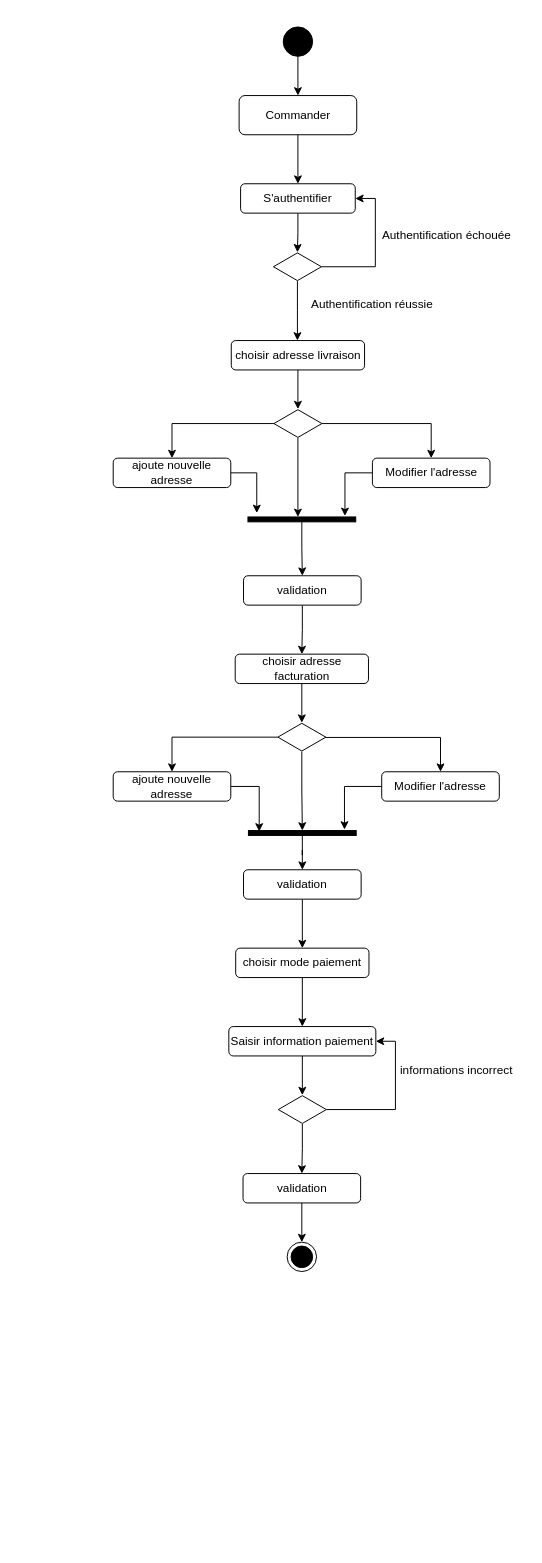
AL-HELOU/CDA keeps this draw.io diagram as 2-développer des composants d'interface/1-Maquetter une application/4-diagramme d'activite_commander.drawio. Above is the earlier version. Source tidied: cells renumbered, new cells numbered last; positions are measured from the earlier drawing's top-left corner, leaving out a move shared by most shapes. Both pictures are drawn from the tidied source at 98%, with x=0, y=0 at pixel (113, 26).
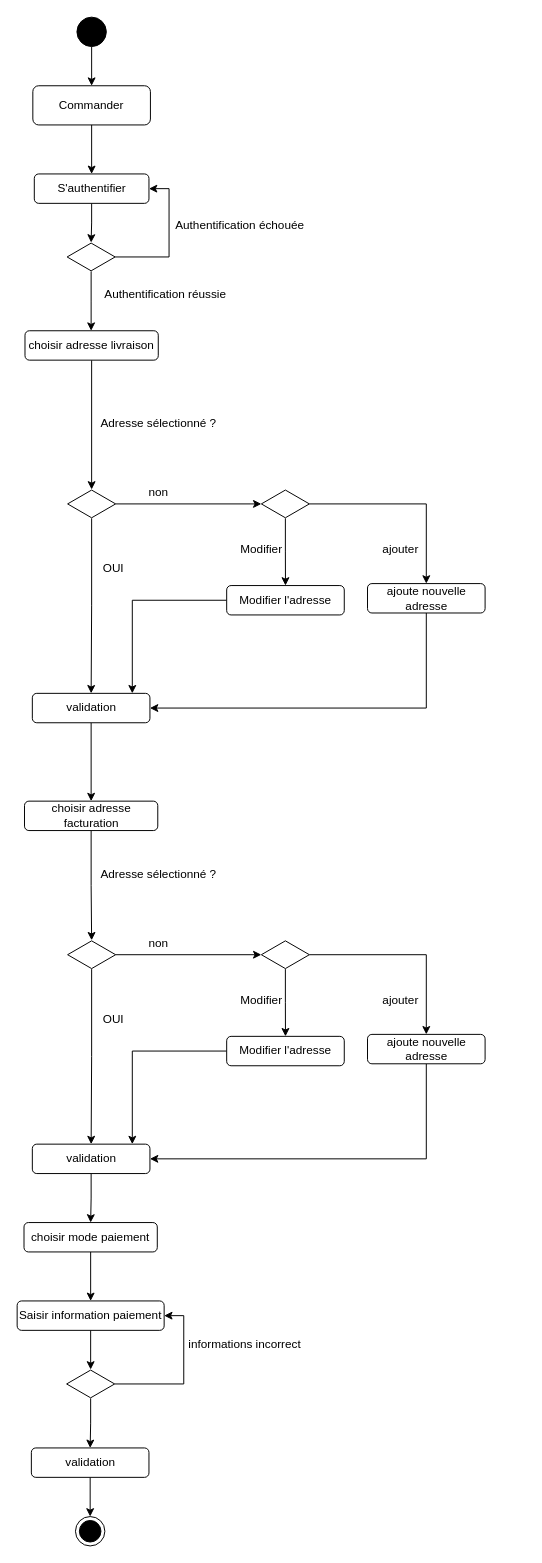
After the change.

Diff of the diagram source:
```diff
@@
     <mxCell id="2" style="ellipse;fillColor=strokeColor;html=1;" parent="1" vertex="1">
-      <mxGeometry x="173.5" width="30" height="30" as="geometry" />
+      <mxGeometry x="-37" y="-10" width="30" height="30" as="geometry" />
     </mxCell>
     <mxCell id="3" style="endArrow=classic;html=1;rounded=0;" parent="1" edge="1" source="2">
       <mxGeometry relative="1" as="geometry">
-        <mxPoint x="188.5" y="70" as="targetPoint" />
+        <mxPoint x="-22" y="60" as="targetPoint" />
       </mxGeometry>
     </mxCell>
     <mxCell id="4" value="Commander" style="rounded=1;whiteSpace=wrap;html=1;" parent="1" vertex="1">
-      <mxGeometry x="128.5" y="70" width="120" height="40" as="geometry" />
+      <mxGeometry x="-82" y="60" width="120" height="40" as="geometry" />
     </mxCell>
     <mxCell id="5" style="endArrow=classic;html=1;rounded=0;exitX=0.5;exitY=1;exitDx=0;exitDy=0;" parent="1" edge="1" source="4">
       <mxGeometry relative="1" as="geometry">
-        <mxPoint x="188.5" y="160" as="targetPoint" />
+        <mxPoint x="-22" y="150" as="targetPoint" />
       </mxGeometry>
     </mxCell>
@@
     <mxCell id="7" value="S'authentifier" style="rounded=1;whiteSpace=wrap;html=1;" parent="1" vertex="1">
-      <mxGeometry x="130" y="160" width="117" height="30" as="geometry" />
+      <mxGeometry x="-80.5" y="150" width="117" height="30" as="geometry" />
     </mxCell>
     <mxCell id="8" style="edgeStyle=orthogonalEdgeStyle;rounded=0;jettySize=auto;html=1;entryX=1;entryY=0.5;entryDx=0;entryDy=0;" parent="1" edge="1" source="10" target="7">
       <mxGeometry relative="1" as="geometry">
         <Array as="points">
-          <mxPoint x="267.5" y="245" />
-          <mxPoint x="267.5" y="175" />
+          <mxPoint x="57" y="235" />
+          <mxPoint x="57" y="165" />
         </Array>
       </mxGeometry>
     </mxCell>
     <mxCell id="9" style="edgeStyle=orthogonalEdgeStyle;rounded=0;jettySize=auto;html=1;" parent="1" edge="1" source="10">
       <mxGeometry relative="1" as="geometry">
-        <mxPoint x="188" y="320" as="targetPoint" />
+        <mxPoint x="-22.5" y="310" as="targetPoint" />
       </mxGeometry>
     </mxCell>
     <mxCell id="10" style="html=1;whiteSpace=wrap;shape=isoRectangle;" parent="1" vertex="1">
-      <mxGeometry x="163.5" y="230" width="49" height="29.4" as="geometry" />
+      <mxGeometry x="-47" y="220" width="49" height="29.4" as="geometry" />
     </mxCell>
     <mxCell id="11" value="Authentification échouée" style="text;html=1;align=center;verticalAlign=middle;strokeColor=none;fillColor=none;" parent="1" vertex="1">
-      <mxGeometry x="264.5" y="198" width="150" height="30" as="geometry" />
+      <mxGeometry x="54" y="188" width="150" height="30" as="geometry" />
     </mxCell>
     <mxCell id="12" value="Authentification réussie" style="text;html=1;align=center;verticalAlign=middle;strokeColor=none;fillColor=none;" parent="1" vertex="1">
-      <mxGeometry x="188.5" y="268" width="150" height="30" as="geometry" />
+      <mxGeometry x="-22" y="258" width="150" height="30" as="geometry" />
     </mxCell>
-    <mxCell id="13" style="edgeStyle=orthogonalEdgeStyle;rounded=0;jettySize=auto;html=1;" parent="1" edge="1" source="16" target="20">
-      <mxGeometry relative="1" as="geometry" />
-    </mxCell>
-    <mxCell id="14" style="edgeStyle=orthogonalEdgeStyle;rounded=0;jettySize=auto;html=1;" parent="1" edge="1" source="16" target="22">
+    <mxCell id="14" style="edgeStyle=orthogonalEdgeStyle;rounded=0;jettySize=auto;html=1;" parent="1" edge="1" source="60" target="22">
       <mxGeometry relative="1" as="geometry" />
     </mxCell>
-    <mxCell id="15" style="edgeStyle=orthogonalEdgeStyle;rounded=0;jettySize=auto;html=1;" parent="1" edge="1" source="16" target="24">
-      <mxGeometry relative="1" as="geometry">
-        <Array as="points">
-          <mxPoint x="188.5" y="490" />
-          <mxPoint x="188.5" y="490" />
-        </Array>
-      </mxGeometry>
-    </mxCell>
+    <mxCell id="52" style="edgeStyle=orthogonalEdgeStyle;rounded=0;jettySize=auto;html=1;" parent="1" edge="1" source="16" target="48">
+      <mxGeometry relative="1" as="geometry" />
+    </mxCell>
     <mxCell id="16" style="html=1;whiteSpace=wrap;shape=isoRectangle;" parent="1" vertex="1">
-      <mxGeometry x="164" y="390" width="49" height="29.4" as="geometry" />
+      <mxGeometry x="-46.5" y="472" width="49" height="29.4" as="geometry" />
     </mxCell>
@@
     <mxCell id="18" value="choisir adresse livraison" style="rounded=1;whiteSpace=wrap;html=1;" parent="1" vertex="1">
-      <mxGeometry x="120.5" y="320" width="136" height="30" as="geometry" />
+      <mxGeometry x="-90" y="310" width="136" height="30" as="geometry" />
     </mxCell>
-    <mxCell id="19" style="edgeStyle=orthogonalEdgeStyle;rounded=0;jettySize=auto;html=1;entryX=-0.8;entryY=0.918;entryDx=0;entryDy=0;entryPerimeter=0;" parent="1" edge="1" source="20" target="24">
-      <mxGeometry relative="1" as="geometry" />
-    </mxCell>
-    <mxCell id="20" value="ajoute nouvelle adresse" style="rounded=1;whiteSpace=wrap;html=1;" parent="1" vertex="1">
-      <mxGeometry y="440" width="120" height="30" as="geometry" />
-    </mxCell>
-    <mxCell id="21" style="edgeStyle=orthogonalEdgeStyle;rounded=0;jettySize=auto;html=1;entryX=-0.2;entryY=0.1;entryDx=0;entryDy=0;entryPerimeter=0;" parent="1" edge="1" source="22" target="24">
-      <mxGeometry relative="1" as="geometry" />
-    </mxCell>
+    <mxCell id="53" style="edgeStyle=orthogonalEdgeStyle;rounded=0;jettySize=auto;html=1;" parent="1" edge="1" source="22" target="48">
+      <mxGeometry relative="1" as="geometry">
+        <Array as="points">
+          <mxPoint x="19.5" y="585" />
+        </Array>
+      </mxGeometry>
+    </mxCell>
     <mxCell id="22" value="Modifier l'adresse" style="rounded=1;whiteSpace=wrap;html=1;" parent="1" vertex="1">
-      <mxGeometry x="264.5" y="440" width="120" height="30" as="geometry" />
+      <mxGeometry x="115.8" y="570" width="120" height="30" as="geometry" />
     </mxCell>
-    <mxCell id="23" style="edgeStyle=orthogonalEdgeStyle;rounded=0;jettySize=auto;html=1;" parent="1" edge="1" source="24" target="48">
-      <mxGeometry relative="1" as="geometry" />
-    </mxCell>
-    <mxCell id="24" style="html=1;points=[];perimeter=orthogonalPerimeter;fillColor=strokeColor;direction=south;" parent="1" vertex="1">
-      <mxGeometry x="137.5" y="500" width="110" height="5" as="geometry" />
-    </mxCell>
-    <mxCell id="25" style="edgeStyle=orthogonalEdgeStyle;rounded=0;jettySize=auto;html=1;" parent="1" edge="1" source="32" target="28">
-      <mxGeometry relative="1" as="geometry" />
-    </mxCell>
-    <mxCell id="26" style="edgeStyle=orthogonalEdgeStyle;rounded=0;jettySize=auto;html=1;exitX=0.929;exitY=0.51;exitDx=0;exitDy=0;exitPerimeter=0;" parent="1" edge="1" source="32" target="30">
-      <mxGeometry relative="1" as="geometry" />
-    </mxCell>
-    <mxCell id="27" style="edgeStyle=orthogonalEdgeStyle;rounded=0;jettySize=auto;html=1;entryX=0.2;entryY=0.9;entryDx=0;entryDy=0;entryPerimeter=0;" parent="1" edge="1" source="28" target="34">
-      <mxGeometry relative="1" as="geometry">
-        <Array as="points">
-          <mxPoint x="149" y="775" />
-        </Array>
-      </mxGeometry>
-    </mxCell>
-    <mxCell id="28" value="ajoute nouvelle adresse" style="rounded=1;whiteSpace=wrap;html=1;" parent="1" vertex="1">
-      <mxGeometry y="760" width="120" height="30" as="geometry" />
-    </mxCell>
-    <mxCell id="29" style="edgeStyle=orthogonalEdgeStyle;rounded=0;jettySize=auto;html=1;entryX=-0.2;entryY=0.109;entryDx=0;entryDy=0;entryPerimeter=0;" parent="1" edge="1" source="30" target="34">
-      <mxGeometry relative="1" as="geometry" />
-    </mxCell>
-    <mxCell id="30" value="Modifier l'adresse" style="rounded=1;whiteSpace=wrap;html=1;" parent="1" vertex="1">
-      <mxGeometry x="274" y="760" width="120" height="30" as="geometry" />
-    </mxCell>
-    <mxCell id="31" style="edgeStyle=orthogonalEdgeStyle;rounded=0;jettySize=auto;html=1;" parent="1" edge="1" source="32" target="34">
-      <mxGeometry relative="1" as="geometry" />
-    </mxCell>
-    <mxCell id="32" style="html=1;whiteSpace=wrap;shape=isoRectangle;" parent="1" vertex="1">
-      <mxGeometry x="168" y="710" width="49" height="29.4" as="geometry" />
-    </mxCell>
-    <mxCell id="33" style="edgeStyle=orthogonalEdgeStyle;rounded=0;jettySize=auto;html=1;" parent="1" edge="1" source="34" target="36">
-      <mxGeometry relative="1" as="geometry" />
-    </mxCell>
-    <mxCell id="34" style="html=1;points=[];perimeter=orthogonalPerimeter;fillColor=strokeColor;direction=south;" parent="1" vertex="1">
-      <mxGeometry x="138" y="820" width="110" height="5" as="geometry" />
-    </mxCell>
-    <mxCell id="35" style="edgeStyle=orthogonalEdgeStyle;rounded=0;jettySize=auto;html=1;" parent="1" edge="1" source="36" target="40">
-      <mxGeometry relative="1" as="geometry" />
-    </mxCell>
-    <mxCell id="36" value="validation" style="rounded=1;whiteSpace=wrap;html=1;" parent="1" vertex="1">
-      <mxGeometry x="133" y="860" width="120" height="30" as="geometry" />
-    </mxCell>
-    <mxCell id="37" style="edgeStyle=orthogonalEdgeStyle;rounded=0;jettySize=auto;html=1;" parent="1" edge="1" source="38" target="32">
-      <mxGeometry relative="1" as="geometry" />
-    </mxCell>
+    <mxCell id="54" style="edgeStyle=orthogonalEdgeStyle;rounded=0;jettySize=auto;html=1;" parent="1" edge="1" source="38" target="67">
+      <mxGeometry relative="1" as="geometry" />
+    </mxCell>
     <mxCell id="38" value="choisir adresse facturation" style="rounded=1;whiteSpace=wrap;html=1;" parent="1" vertex="1">
-      <mxGeometry x="124.5" y="640" width="136" height="30" as="geometry" />
+      <mxGeometry x="-90.5" y="790" width="136" height="30" as="geometry" />
     </mxCell>
@@
     <mxCell id="40" value="choisir mode paiement" style="rounded=1;whiteSpace=wrap;html=1;" parent="1" vertex="1">
-      <mxGeometry x="125" y="940" width="136" height="30" as="geometry" />
+      <mxGeometry x="-91" y="1220" width="136" height="30" as="geometry" />
     </mxCell>
@@
     <mxCell id="42" value="Saisir information paiement" style="rounded=1;whiteSpace=wrap;html=1;" parent="1" vertex="1">
-      <mxGeometry x="118" y="1020" width="150" height="30" as="geometry" />
+      <mxGeometry x="-98" y="1300" width="150" height="30" as="geometry" />
     </mxCell>
@@
     <mxCell id="44" style="edgeStyle=orthogonalEdgeStyle;rounded=0;jettySize=auto;html=1;entryX=1;entryY=0.5;entryDx=0;entryDy=0;" parent="1" edge="1" source="45" target="42">
       <mxGeometry relative="1" as="geometry">
         <Array as="points">
-          <mxPoint x="288" y="1105" />
-          <mxPoint x="288" y="1035" />
+          <mxPoint x="72" y="1385" />
+          <mxPoint x="72" y="1315" />
         </Array>
       </mxGeometry>
     </mxCell>
     <mxCell id="45" style="html=1;whiteSpace=wrap;shape=isoRectangle;" parent="1" vertex="1">
-      <mxGeometry x="168.5" y="1090" width="49" height="29.4" as="geometry" />
+      <mxGeometry x="-47.5" y="1370" width="49" height="29.4" as="geometry" />
     </mxCell>
     <mxCell id="46" value="informations incorrect" style="text;html=1;align=center;verticalAlign=middle;strokeColor=none;fillColor=none;" parent="1" vertex="1">
-      <mxGeometry x="280" y="1050" width="140" height="30" as="geometry" />
+      <mxGeometry x="64" y="1330" width="140" height="30" as="geometry" />
     </mxCell>
@@
     <mxCell id="48" value="validation" style="rounded=1;whiteSpace=wrap;html=1;" parent="1" vertex="1">
-      <mxGeometry x="133" y="560" width="120" height="30" as="geometry" />
+      <mxGeometry x="-82.5" y="680" width="120" height="30" as="geometry" />
     </mxCell>
@@
     <mxCell id="50" value="validation" style="rounded=1;whiteSpace=wrap;html=1;" parent="1" vertex="1">
-      <mxGeometry x="132.5" y="1170" width="120" height="30" as="geometry" />
+      <mxGeometry x="-83.5" y="1450" width="120" height="30" as="geometry" />
     </mxCell>
     <mxCell id="51" style="ellipse;html=1;shape=endState;fillColor=strokeColor;" parent="1" vertex="1">
-      <mxGeometry x="177.5" y="1240" width="30" height="30" as="geometry" />
+      <mxGeometry x="-38.5" y="1520" width="30" height="30" as="geometry" />
     </mxCell>
+    <mxCell id="55" value="non" style="text;html=1;align=center;verticalAlign=middle;strokeColor=none;fillColor=none;" parent="1" vertex="1">
+      <mxGeometry x="25.8" y="460" width="40" height="30" as="geometry" />
+    </mxCell>
+    <mxCell id="56" value="Adresse sélectionné ?" style="text;html=1;align=center;verticalAlign=middle;strokeColor=none;fillColor=none;" parent="1" vertex="1">
+      <mxGeometry x="-24.2" y="390" width="140" height="30" as="geometry" />
+    </mxCell>
+    <mxCell id="57" value="OUI" style="text;html=1;align=center;verticalAlign=middle;strokeColor=none;fillColor=none;" parent="1" vertex="1">
+      <mxGeometry x="-20.5" y="538" width="40" height="30" as="geometry" />
+    </mxCell>
+    <mxCell id="58" style="edgeStyle=orthogonalEdgeStyle;rounded=0;jettySize=auto;html=1;" parent="1" edge="1" source="16" target="60">
+      <mxGeometry relative="1" as="geometry" />
+    </mxCell>
+    <mxCell id="59" style="edgeStyle=orthogonalEdgeStyle;rounded=0;jettySize=auto;html=1;" parent="1" edge="1" source="60" target="62">
+      <mxGeometry relative="1" as="geometry" />
+    </mxCell>
+    <mxCell id="60" style="html=1;whiteSpace=wrap;shape=isoRectangle;" parent="1" vertex="1">
+      <mxGeometry x="151.2" y="472" width="49" height="29.4" as="geometry" />
+    </mxCell>
+    <mxCell id="61" style="edgeStyle=orthogonalEdgeStyle;rounded=0;jettySize=auto;html=1;" parent="1" edge="1" source="62" target="48">
+      <mxGeometry relative="1" as="geometry">
+        <Array as="points">
+          <mxPoint x="319.5" y="695" />
+        </Array>
+      </mxGeometry>
+    </mxCell>
+    <mxCell id="62" value="ajoute nouvelle adresse" style="rounded=1;whiteSpace=wrap;html=1;" parent="1" vertex="1">
+      <mxGeometry x="259.5" y="568" width="120" height="30" as="geometry" />
+    </mxCell>
+    <mxCell id="63" value="Modifier" style="text;html=1;align=center;verticalAlign=middle;strokeColor=none;fillColor=none;" parent="1" vertex="1">
+      <mxGeometry x="115.8" y="518" width="70" height="30" as="geometry" />
+    </mxCell>
+    <mxCell id="64" value="ajouter" style="text;html=1;align=center;verticalAlign=middle;strokeColor=none;fillColor=none;" parent="1" vertex="1">
+      <mxGeometry x="262.5" y="518" width="60" height="30" as="geometry" />
+    </mxCell>
+    <mxCell id="65" style="edgeStyle=orthogonalEdgeStyle;rounded=0;jettySize=auto;html=1;" parent="1" edge="1" source="74" target="30">
+      <mxGeometry relative="1" as="geometry" />
+    </mxCell>
+    <mxCell id="66" style="edgeStyle=orthogonalEdgeStyle;rounded=0;jettySize=auto;html=1;" parent="1" edge="1" source="67" target="36">
+      <mxGeometry relative="1" as="geometry" />
+    </mxCell>
+    <mxCell id="67" style="html=1;whiteSpace=wrap;shape=isoRectangle;" parent="1" vertex="1">
+      <mxGeometry x="-46.5" y="932" width="49" height="29.4" as="geometry" />
+    </mxCell>
+    <mxCell id="68" style="edgeStyle=orthogonalEdgeStyle;rounded=0;jettySize=auto;html=1;" parent="1" edge="1" source="30" target="36">
+      <mxGeometry relative="1" as="geometry">
+        <Array as="points">
+          <mxPoint x="19.5" y="1045" />
+        </Array>
+      </mxGeometry>
+    </mxCell>
+    <mxCell id="30" value="Modifier l'adresse" style="rounded=1;whiteSpace=wrap;html=1;" parent="1" vertex="1">
+      <mxGeometry x="115.8" y="1030" width="120" height="30" as="geometry" />
+    </mxCell>
+    <mxCell id="35" style="edgeStyle=orthogonalEdgeStyle;rounded=0;jettySize=auto;html=1;" parent="1" edge="1" source="36" target="40">
+      <mxGeometry relative="1" as="geometry" />
+    </mxCell>
+    <mxCell id="36" value="validation" style="rounded=1;whiteSpace=wrap;html=1;" parent="1" vertex="1">
+      <mxGeometry x="-82.5" y="1140" width="120" height="30" as="geometry" />
+    </mxCell>
+    <mxCell id="69" value="non" style="text;html=1;align=center;verticalAlign=middle;strokeColor=none;fillColor=none;" parent="1" vertex="1">
+      <mxGeometry x="25.8" y="920" width="40" height="30" as="geometry" />
+    </mxCell>
+    <mxCell id="70" value="Adresse sélectionné ?" style="text;html=1;align=center;verticalAlign=middle;strokeColor=none;fillColor=none;" parent="1" vertex="1">
+      <mxGeometry x="-24.2" y="850" width="140" height="30" as="geometry" />
+    </mxCell>
+    <mxCell id="71" value="OUI" style="text;html=1;align=center;verticalAlign=middle;strokeColor=none;fillColor=none;" parent="1" vertex="1">
+      <mxGeometry x="-20.5" y="998" width="40" height="30" as="geometry" />
+    </mxCell>
+    <mxCell id="72" style="edgeStyle=orthogonalEdgeStyle;rounded=0;jettySize=auto;html=1;" parent="1" edge="1" source="67" target="74">
+      <mxGeometry relative="1" as="geometry" />
+    </mxCell>
+    <mxCell id="73" style="edgeStyle=orthogonalEdgeStyle;rounded=0;jettySize=auto;html=1;" parent="1" edge="1" source="74" target="76">
+      <mxGeometry relative="1" as="geometry" />
+    </mxCell>
+    <mxCell id="74" style="html=1;whiteSpace=wrap;shape=isoRectangle;" parent="1" vertex="1">
+      <mxGeometry x="151.2" y="932" width="49" height="29.4" as="geometry" />
+    </mxCell>
+    <mxCell id="75" style="edgeStyle=orthogonalEdgeStyle;rounded=0;jettySize=auto;html=1;" parent="1" edge="1" source="76" target="36">
+      <mxGeometry relative="1" as="geometry">
+        <Array as="points">
+          <mxPoint x="319.5" y="1155" />
+        </Array>
+      </mxGeometry>
+    </mxCell>
+    <mxCell id="76" value="ajoute nouvelle adresse" style="rounded=1;whiteSpace=wrap;html=1;" parent="1" vertex="1">
+      <mxGeometry x="259.5" y="1028" width="120" height="30" as="geometry" />
+    </mxCell>
+    <mxCell id="77" value="Modifier" style="text;html=1;align=center;verticalAlign=middle;strokeColor=none;fillColor=none;" parent="1" vertex="1">
+      <mxGeometry x="115.8" y="978" width="70" height="30" as="geometry" />
+    </mxCell>
+    <mxCell id="78" value="ajouter" style="text;html=1;align=center;verticalAlign=middle;strokeColor=none;fillColor=none;" parent="1" vertex="1">
+      <mxGeometry x="262.5" y="978" width="60" height="30" as="geometry" />
+    </mxCell>
```
